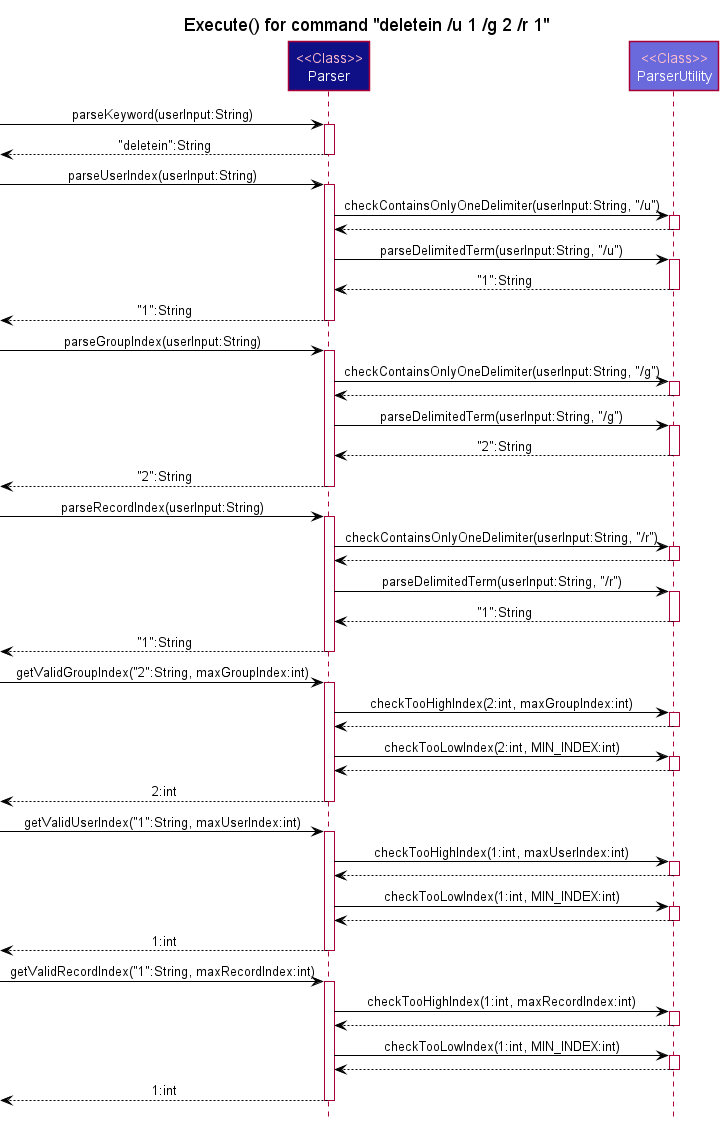
Earlier version of the PlantUML export docs/images/ParserSequenceDiagram1.png (nus-cs2113-AY2122S2/tp).
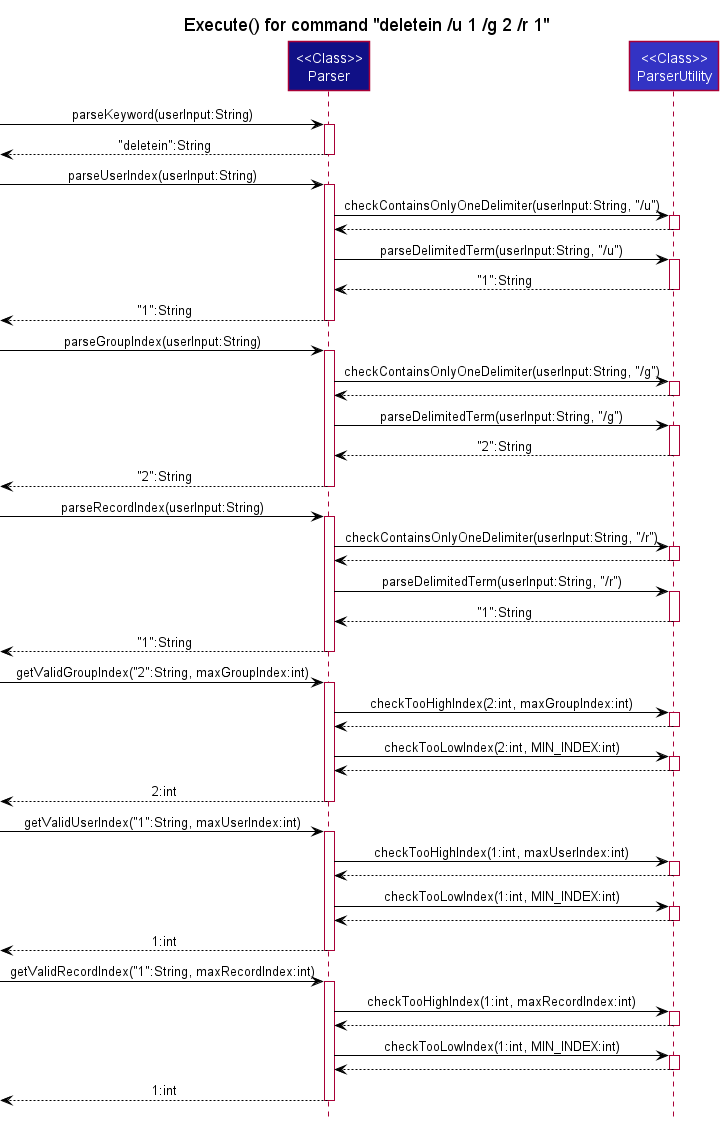
Later version of the same file.

Diff of the diagram source:
```diff
@@ -5,8 +5,8 @@
 
 Title : Execute() for command "deletein /u 1 /g 2 /r 1"
 
-Participant "<color:pink><<Class>>\nParser" as Parser LOGIC_COLOR_T4
-Participant "<color:pink><<Class>>\nParserUtility" as UParser LOGIC_COLOR_T2
+Participant "<<Class>>\nParser" as Parser LOGIC_COLOR
+Participant "<<Class>>\nParserUtility" as UParser LOGIC_COLOR_T1
 
 [-> Parser : parseKeyword(userInput:String)
 activate Parser
```
